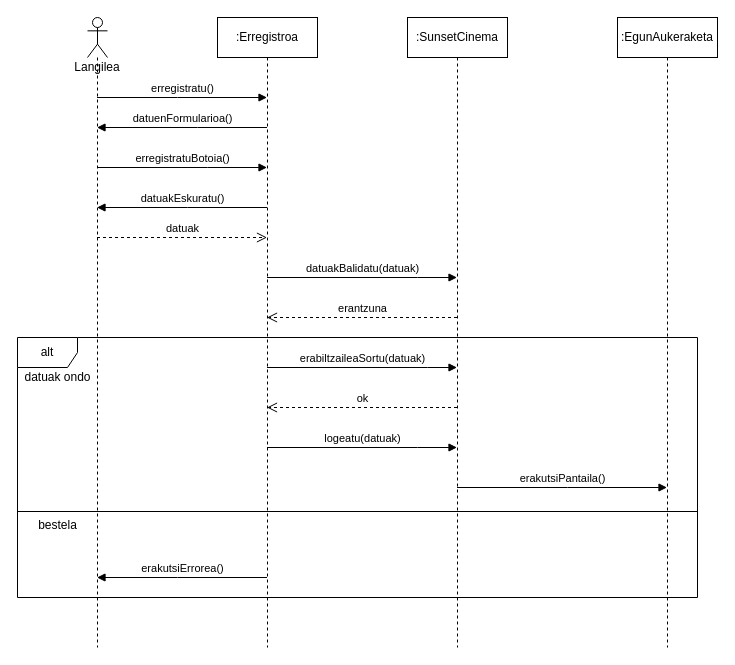
PetaldoiPorramador/SunsetCinema keeps this draw.io diagram as dokumentazioa/garapen_inguruneak/erabileraKasuak/ErabilreaKasuak_Registro.drawio. Above is the earlier version. Source tidied: cells renumbered, new cells numbered last; positions are measured from the earlier drawing's top-left corner, leaving out a move shared by most shapes. Both pictures are drawn from the tidied source at 100%, with x=0, y=0 at pixel (17, 17).
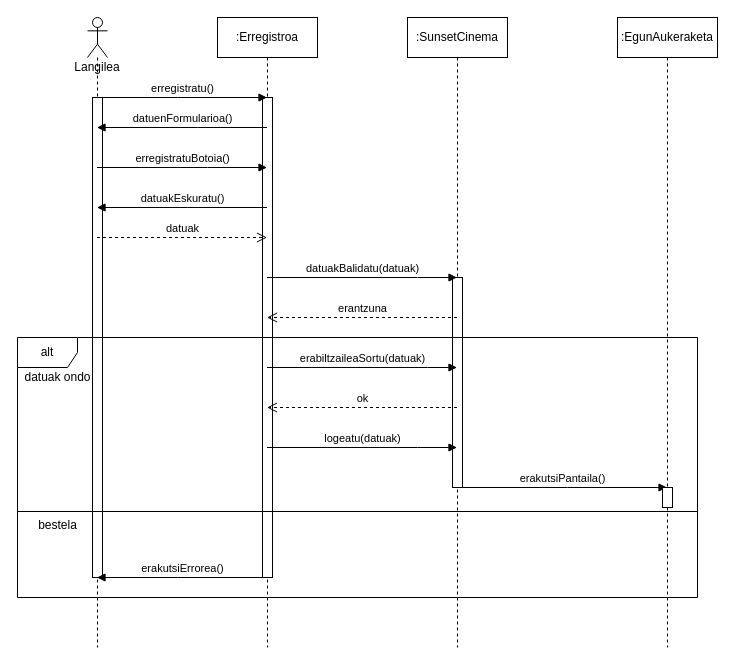
After the change.

Commit message (it also covers changes not shown here):
doc: erabileraKasuak Login Registro

The change refers to these unchanged cells:
```xml
<mxCell id="2" value="Langilea" style="shape=umlLifeline;participant=umlActor;perimeter=lifelinePerimeter;whiteSpace=wrap;html=1;verticalAlign=top;spacingTop=36;outlineConnect=0;" parent="1" vertex="1">
  <mxGeometry x="70" width="20" height="630" as="geometry" />
</mxCell>
<mxCell id="3" value=":Erregistroa" style="shape=umlLifeline;perimeter=lifelinePerimeter;whiteSpace=wrap;html=1;outlineConnect=0;" parent="1" vertex="1">
  <mxGeometry x="200" width="100" height="630" as="geometry" />
</mxCell>
<mxCell id="6" value=":SunsetCinema" style="shape=umlLifeline;perimeter=lifelinePerimeter;whiteSpace=wrap;html=1;outlineConnect=0;" parent="1" vertex="1">
  <mxGeometry x="390" width="100" height="630" as="geometry" />
</mxCell>
```

The edit, as a diff of the source:
```diff
@@
+    <mxCell id="22" style="html=1;perimeter=orthogonalPerimeter;" parent="2" vertex="1">
+      <mxGeometry x="5" y="80" width="10" height="480" as="geometry" />
+    </mxCell>
@@
+    <mxCell id="23" style="html=1;perimeter=orthogonalPerimeter;" parent="3" vertex="1">
+      <mxGeometry x="45" y="80" width="10" height="480" as="geometry" />
+    </mxCell>
@@
+    <mxCell id="24" style="html=1;perimeter=orthogonalPerimeter;" parent="6" vertex="1">
+      <mxGeometry x="45" y="260" width="10" height="210" as="geometry" />
+    </mxCell>
@@
+    <mxCell id="25" style="html=1;perimeter=orthogonalPerimeter;" parent="1" vertex="1">
+      <mxGeometry x="645" y="470" width="10" height="20" as="geometry" />
+    </mxCell>
```
